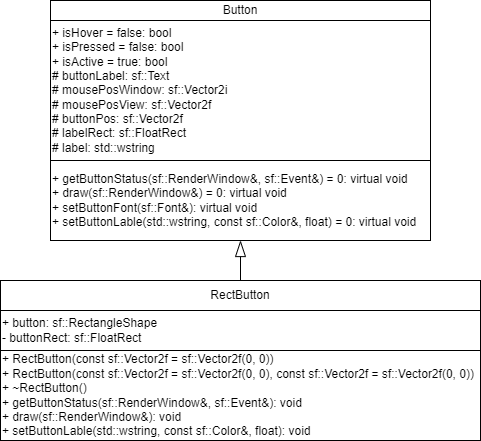
This is Binary tree/uml tree_2.drawio.png from SonyAkb/Laboratory-works-for-the-2-semester, a draw.io export, as it was before one commit. Source tidied: cells renumbered, new cells last; positions are measured from the earlier drawing's top-left corner, leaving out a move shared by most shapes. Its diagram source:
```xml
<mxGraphModel>
  <root>
    <mxCell id="0" />
    <mxCell id="1" parent="0" />
    <mxCell id="2" value="Button" style="rounded=0;whiteSpace=wrap;html=1;" parent="1" vertex="1">
      <mxGeometry x="50" width="380" height="20" as="geometry" />
    </mxCell>
    <mxCell id="3" value="&lt;div&gt;+ isHover = false:&amp;nbsp;&lt;span style=&quot;background-color: initial;&quot;&gt;bool&lt;/span&gt;&lt;span style=&quot;background-color: initial;&quot;&gt;&amp;nbsp;&lt;/span&gt;&lt;/div&gt;&lt;div&gt;+ isPressed = false:&amp;nbsp;&lt;span style=&quot;background-color: initial;&quot;&gt;bool&lt;/span&gt;&lt;span style=&quot;background-color: initial;&quot;&gt;&amp;nbsp;&lt;/span&gt;&lt;/div&gt;&lt;div&gt;+ isActive = true:&amp;nbsp;&lt;span style=&quot;background-color: initial;&quot;&gt;bool&lt;/span&gt;&lt;span style=&quot;background-color: initial;&quot;&gt;&amp;nbsp;&lt;/span&gt;&lt;/div&gt;&lt;div&gt;&lt;div&gt;# buttonLabel:&amp;nbsp;&lt;span style=&quot;background-color: initial;&quot;&gt;sf::Text&lt;/span&gt;&lt;span style=&quot;background-color: initial;&quot;&gt;&amp;nbsp;&lt;/span&gt;&lt;/div&gt;&lt;div&gt;&lt;span style=&quot;background-color: initial;&quot;&gt;#&lt;/span&gt;&lt;span style=&quot;background-color: initial;&quot;&gt;&amp;nbsp;&lt;/span&gt;mousePosWindow:&amp;nbsp;&lt;span style=&quot;background-color: initial;&quot;&gt;sf::Vector2i&lt;/span&gt;&lt;span style=&quot;background-color: initial;&quot;&gt;&amp;nbsp;&lt;/span&gt;&lt;/div&gt;&lt;div&gt;&lt;span style=&quot;background-color: initial;&quot;&gt;#&lt;/span&gt;&lt;span style=&quot;background-color: initial;&quot;&gt;&amp;nbsp;&lt;/span&gt;mousePosView:&amp;nbsp;&lt;span style=&quot;background-color: initial;&quot;&gt;sf::Vector2f&lt;/span&gt;&lt;span style=&quot;background-color: initial;&quot;&gt;&amp;nbsp;&lt;/span&gt;&lt;/div&gt;&lt;div&gt;&lt;span style=&quot;background-color: initial;&quot;&gt;#&lt;/span&gt;&lt;span style=&quot;background-color: initial;&quot;&gt;&amp;nbsp;&lt;/span&gt;buttonPos:&amp;nbsp;&lt;span style=&quot;background-color: initial;&quot;&gt;sf::Vector2f&lt;/span&gt;&lt;span style=&quot;background-color: initial;&quot;&gt;&amp;nbsp;&lt;/span&gt;&lt;/div&gt;&lt;div&gt;&lt;span style=&quot;background-color: initial;&quot;&gt;#&lt;/span&gt;&lt;span style=&quot;background-color: initial;&quot;&gt;&amp;nbsp;&lt;/span&gt;labelRect:&amp;nbsp;&lt;span style=&quot;background-color: initial;&quot;&gt;sf::FloatRect&lt;/span&gt;&lt;span style=&quot;background-color: initial;&quot;&gt;&amp;nbsp;&lt;/span&gt;&lt;/div&gt;&lt;div&gt;&lt;span style=&quot;background-color: initial;&quot;&gt;#&lt;/span&gt;&lt;span style=&quot;background-color: initial;&quot;&gt;&amp;nbsp;&lt;/span&gt;label:&amp;nbsp;&lt;span style=&quot;background-color: initial;&quot;&gt;std::wstring&lt;/span&gt;&lt;span style=&quot;background-color: initial;&quot;&gt;&amp;nbsp;&lt;/span&gt;&lt;/div&gt;&lt;/div&gt;" style="rounded=0;whiteSpace=wrap;html=1;align=left;" parent="1" vertex="1">
      <mxGeometry x="50" y="20" width="380" height="140" as="geometry" />
    </mxCell>
    <mxCell id="4" value="&lt;div&gt;+ getButtonStatus(sf::RenderWindow&amp;amp;, sf::Event&amp;amp;) = 0:&amp;nbsp;&lt;span style=&quot;background-color: initial;&quot;&gt;virtual void&lt;/span&gt;&lt;span style=&quot;background-color: initial;&quot;&gt;&amp;nbsp;&lt;/span&gt;&lt;/div&gt;&lt;div&gt;+ draw(sf::RenderWindow&amp;amp;) = 0:&amp;nbsp;&lt;span style=&quot;background-color: initial;&quot;&gt;virtual void&lt;/span&gt;&lt;span style=&quot;background-color: initial;&quot;&gt;&amp;nbsp;&lt;/span&gt;&lt;/div&gt;&lt;div&gt;+ setButtonFont(sf::Font&amp;amp;):&amp;nbsp;&lt;span style=&quot;background-color: initial;&quot;&gt;virtual void&lt;/span&gt;&lt;span style=&quot;background-color: initial;&quot;&gt;&amp;nbsp;&lt;/span&gt;&lt;/div&gt;&lt;div style=&quot;&quot;&gt;+ setButtonLable(std::wstring, const sf::Color&amp;amp;, float) = 0:&amp;nbsp;&lt;span style=&quot;background-color: initial;&quot;&gt;virtual void&lt;/span&gt;&lt;span style=&quot;background-color: initial;&quot;&gt;&amp;nbsp;&lt;/span&gt;&lt;/div&gt;" style="rounded=0;whiteSpace=wrap;html=1;align=left;" parent="1" vertex="1">
      <mxGeometry x="50" y="160" width="380" height="80" as="geometry" />
    </mxCell>
    <mxCell id="5" value="RectButton" style="rounded=0;whiteSpace=wrap;html=1;" parent="1" vertex="1">
      <mxGeometry y="280" width="480" height="30" as="geometry" />
    </mxCell>
    <mxCell id="6" value="+ button: sf::RectangleShape&amp;nbsp;&lt;div&gt;- buttonRect:&amp;nbsp;&lt;span style=&quot;background-color: initial;&quot;&gt;sf::FloatRect&lt;/span&gt;&lt;span style=&quot;background-color: initial;&quot;&gt;&amp;nbsp;&lt;/span&gt;&lt;br&gt;&lt;/div&gt;" style="rounded=0;whiteSpace=wrap;html=1;align=left;" parent="1" vertex="1">
      <mxGeometry y="310" width="480" height="40" as="geometry" />
    </mxCell>
    <mxCell id="7" value="&lt;div&gt;+ RectButton(const sf::Vector2f = sf::Vector2f(0, 0))&lt;/div&gt;&lt;div&gt;+ RectButton(const sf::Vector2f = sf::Vector2f(0, 0), const sf::Vector2f = sf::Vector2f(0, 0))&lt;/div&gt;&lt;div&gt;+ ~RectButton()&lt;/div&gt;&lt;div&gt;+ getButtonStatus(sf::RenderWindow&amp;amp;, sf::Event&amp;amp;):&amp;nbsp;&lt;span style=&quot;background-color: initial;&quot;&gt;void&lt;/span&gt;&lt;span style=&quot;background-color: initial;&quot;&gt;&amp;nbsp;&lt;/span&gt;&lt;/div&gt;&lt;div&gt;+ draw(sf::RenderWindow&amp;amp;):&amp;nbsp;&lt;span style=&quot;background-color: initial;&quot;&gt;void&lt;/span&gt;&lt;span style=&quot;background-color: initial;&quot;&gt;&amp;nbsp;&lt;/span&gt;&lt;/div&gt;&lt;div&gt;+ setButtonLable(std::wstring, const sf::Color&amp;amp;, float):&amp;nbsp;&lt;span style=&quot;background-color: initial;&quot;&gt;void&lt;/span&gt;&lt;span style=&quot;background-color: initial;&quot;&gt;&amp;nbsp;&lt;/span&gt;&lt;/div&gt;" style="rounded=0;whiteSpace=wrap;html=1;align=left;" parent="1" vertex="1">
      <mxGeometry y="350" width="480" height="90" as="geometry" />
    </mxCell>
    <mxCell id="8" style="endArrow=blockThin;html=1;rounded=0;endFill=0;jumpSize=6;startSize=6;endSize=14;entryX=0.5;entryY=1;entryDx=0;entryDy=0;exitX=0.5;exitY=0;exitDx=0;exitDy=0;" parent="1" edge="1" source="5" target="4">
      <mxGeometry relative="1" as="geometry" />
    </mxCell>
  </root>
</mxGraphModel>
```
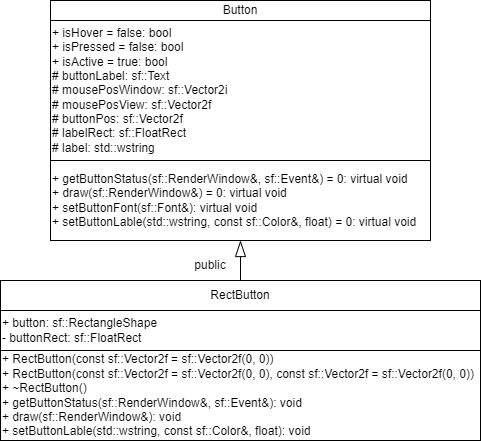
The same file after the commit.

The edit, as a diff of the source:
```diff
@@ -23,5 +23,8 @@
     <mxCell id="8" style="endArrow=blockThin;html=1;rounded=0;endFill=0;jumpSize=6;startSize=6;endSize=14;entryX=0.5;entryY=1;entryDx=0;entryDy=0;exitX=0.5;exitY=0;exitDx=0;exitDy=0;" parent="1" edge="1" source="5" target="4">
       <mxGeometry relative="1" as="geometry" />
     </mxCell>
+    <mxCell id="9" value="public" style="text;html=1;align=center;verticalAlign=middle;whiteSpace=wrap;rounded=0;" parent="1" vertex="1">
+      <mxGeometry x="180" y="250" width="60" height="30" as="geometry" />
+    </mxCell>
   </root>
 </mxGraphModel>
```
